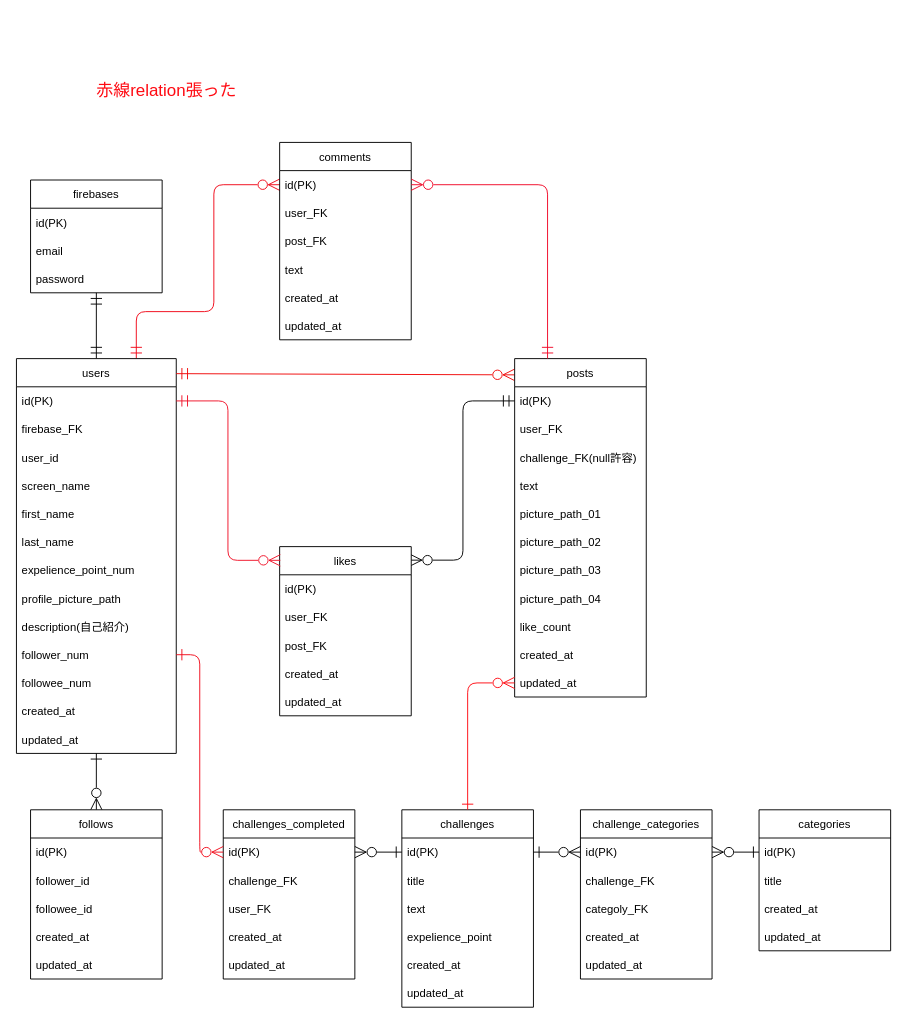
koki-fore/meijoHackU2022-api keeps this draw.io diagram as ER.drawio. Above is the earlier version. Source tidied: cells renumbered, new cells numbered last; positions are measured from the earlier drawing's top-left corner, leaving out a move shared by most shapes. Both pictures are drawn from the tidied source at 94%, with x=0, y=0 at pixel (16, 76).
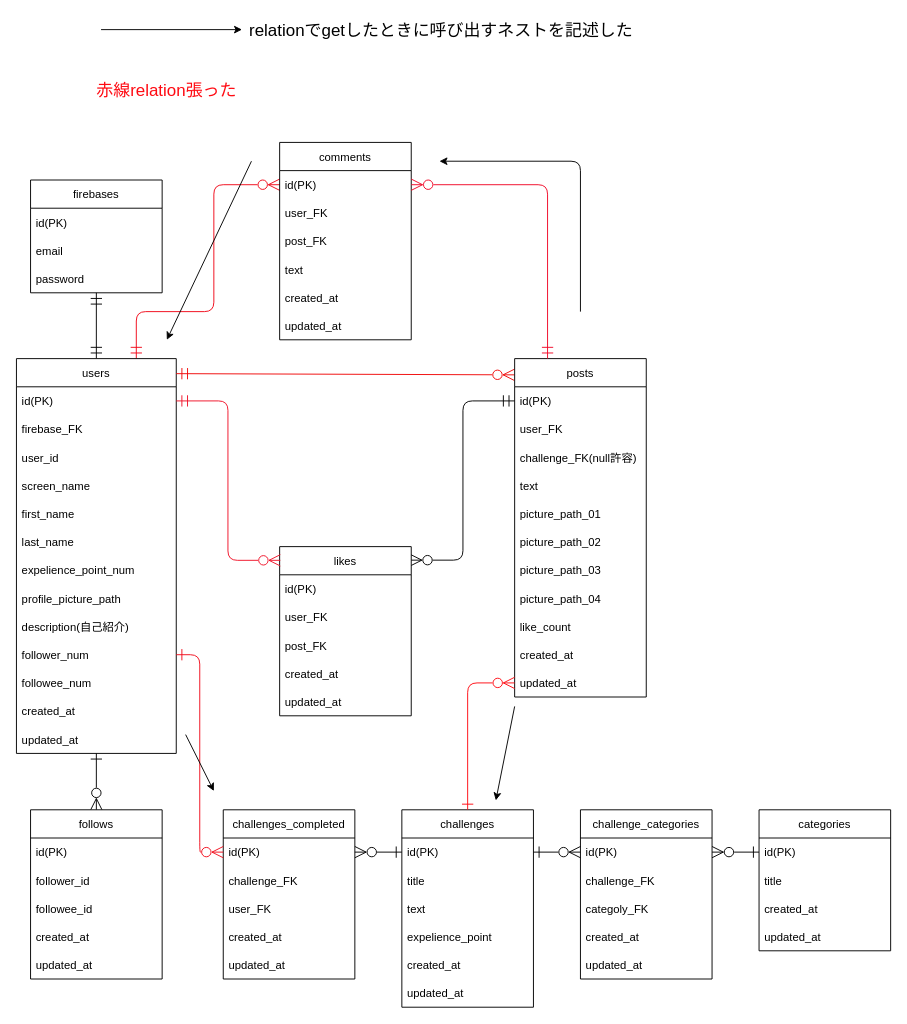
The same page after the edit.

Commit message:
ER図にrelationで呼び出す関係を記述した

Diff of the diagram source:
```diff
@@
+    <mxCell id="88" style="endArrow=classic;html=1;" parent="1" edge="1">
+      <mxGeometry relative="1" as="geometry">
+        <mxPoint x="600" y="250" as="sourcePoint" />
+        <mxPoint x="450" y="90" as="targetPoint" />
+        <Array as="points">
+          <mxPoint x="600" y="90" />
+        </Array>
+      </mxGeometry>
+    </mxCell>
+    <mxCell id="89" style="endArrow=classic;html=1;" parent="1" edge="1">
+      <mxGeometry relative="1" as="geometry">
+        <mxPoint x="250" y="90" as="sourcePoint" />
+        <mxPoint x="160" y="280" as="targetPoint" />
+      </mxGeometry>
+    </mxCell>
+    <mxCell id="90" style="endArrow=classic;html=1;" parent="1" edge="1">
+      <mxGeometry relative="1" as="geometry">
+        <mxPoint x="180" y="700" as="sourcePoint" />
+        <mxPoint x="210" y="760" as="targetPoint" />
+      </mxGeometry>
+    </mxCell>
+    <mxCell id="91" style="endArrow=classic;html=1;" parent="1" edge="1">
+      <mxGeometry relative="1" as="geometry">
+        <mxPoint x="530" y="670" as="sourcePoint" />
+        <mxPoint x="510" y="770" as="targetPoint" />
+      </mxGeometry>
+    </mxCell>
+    <mxCell id="92" style="endArrow=classic;html=1;" parent="1" edge="1">
+      <mxGeometry relative="1" as="geometry">
+        <mxPoint x="90" y="-50" as="sourcePoint" />
+        <mxPoint x="240" y="-50" as="targetPoint" />
+      </mxGeometry>
+    </mxCell>
+    <mxCell id="93" value="&lt;font style=&quot;font-size: 18px&quot;&gt;relationでgetしたときに呼び出すネストを記述した&lt;/font&gt;" style="text;html=1;strokeColor=none;fillColor=none;align=center;verticalAlign=middle;whiteSpace=wrap;rounded=0;" parent="1" vertex="1">
+      <mxGeometry x="234" y="-64" width="436" height="30" as="geometry" />
+    </mxCell>
```
